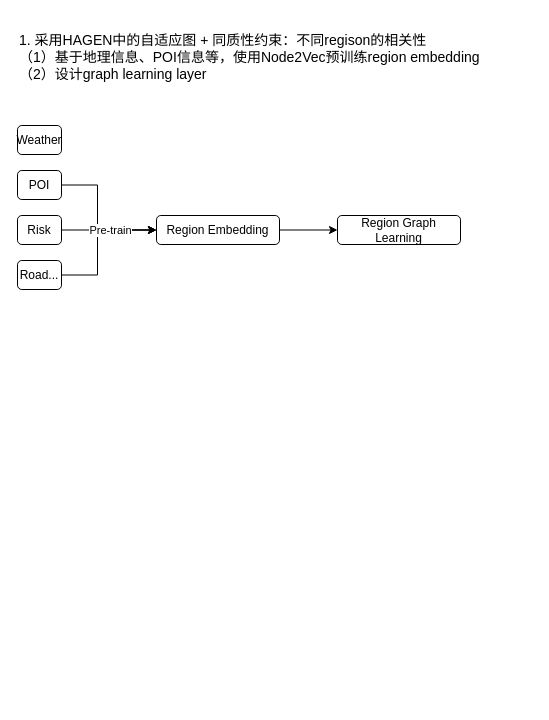
The draw.io diagram traffic_weather.drawio in GPlaying/brain_map, before the edit. Source tidied: cells renumbered, new cells numbered last; positions are measured from the earlier drawing's top-left corner, leaving out a move shared by most shapes. Both pictures are drawn from the tidied source at 100%, with x=0, y=0 at pixel (17, 17).
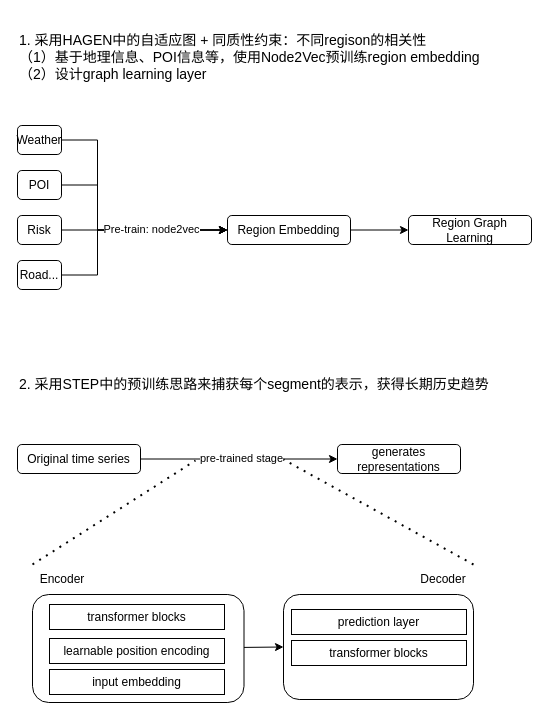
After the change.

The change refers to these unchanged cells:
```xml
<mxCell id="7" style="edgeStyle=orthogonalEdgeStyle;rounded=0;jettySize=auto;html=1;entryX=0;entryY=0.5;entryDx=0;entryDy=0;" parent="1" edge="1" source="9" target="11">
  <mxGeometry relative="1" as="geometry">
    <Array as="points">
      <mxPoint x="80" y="258" />
      <mxPoint x="80" y="213" />
    </Array>
  </mxGeometry>
</mxCell>
<mxCell id="13" value="Weather" style="rounded=1;whiteSpace=wrap;html=1;" parent="1" vertex="1">
  <mxGeometry y="108" width="44" height="29" as="geometry" />
</mxCell>
```

What changed in the source:
```diff
@@
+    <mxCell id="14" style="edgeStyle=orthogonalEdgeStyle;rounded=0;jettySize=auto;html=1;entryX=0;entryY=0.5;entryDx=0;entryDy=0;" parent="1" edge="1" source="13" target="11">
+      <mxGeometry relative="1" as="geometry">
+        <Array as="points">
+          <mxPoint x="80" y="123" />
+          <mxPoint x="80" y="213" />
+        </Array>
+      </mxGeometry>
+    </mxCell>
@@
-    <mxCell id="8" value="Pre-train" style="edgeLabel;html=1;align=center;verticalAlign=middle;" parent="7" vertex="1">
-      <mxGeometry x="0.33" relative="1" as="geometry" />
+    <mxCell id="8" value="Pre-train: node2vec" style="edgeLabel;html=1;align=center;verticalAlign=middle;" parent="7" vertex="1">
+      <mxGeometry x="0.33" relative="1" as="geometry">
+        <mxPoint x="-6" y="-1" as="offset" />
+      </mxGeometry>
     </mxCell>
@@
     <mxCell id="11" value="Region Embedding" style="rounded=1;whiteSpace=wrap;html=1;" parent="1" vertex="1">
-      <mxGeometry x="139" y="198" width="123" height="29" as="geometry" />
+      <mxGeometry x="210" y="198" width="123" height="29" as="geometry" />
     </mxCell>
     <mxCell id="12" value="Region Graph Learning" style="rounded=1;whiteSpace=wrap;html=1;" parent="1" vertex="1">
-      <mxGeometry x="320" y="198" width="123" height="29" as="geometry" />
+      <mxGeometry x="391" y="198" width="123" height="29" as="geometry" />
     </mxCell>
@@
+    <mxCell id="15" value="&lt;font style=&quot;font-size: 14px;&quot;&gt;2. 采用STEP中的预训练思路来捕获每个segment的表示，获得长期历史趋势&lt;br&gt;&lt;/font&gt;" style="text;html=1;strokeColor=none;fillColor=none;align=left;verticalAlign=middle;whiteSpace=wrap;rounded=0;" parent="1" vertex="1">
+      <mxGeometry y="327" width="511" height="80" as="geometry" />
+    </mxCell>
+    <mxCell id="16" style="edgeStyle=orthogonalEdgeStyle;rounded=0;jettySize=auto;html=1;entryX=0;entryY=0.5;entryDx=0;entryDy=0;" parent="1" edge="1" source="18" target="19">
+      <mxGeometry relative="1" as="geometry" />
+    </mxCell>
+    <mxCell id="17" value="pre-trained stage" style="edgeLabel;html=1;align=center;verticalAlign=middle;" parent="16" vertex="1">
+      <mxGeometry x="-0.13" y="4" relative="1" as="geometry">
+        <mxPoint x="14" y="3" as="offset" />
+      </mxGeometry>
+    </mxCell>
+    <mxCell id="18" value="Original time series" style="rounded=1;whiteSpace=wrap;html=1;" parent="1" vertex="1">
+      <mxGeometry y="427" width="123" height="29" as="geometry" />
+    </mxCell>
+    <mxCell id="19" value="generates representations" style="rounded=1;whiteSpace=wrap;html=1;" parent="1" vertex="1">
+      <mxGeometry x="320" y="427" width="123" height="29" as="geometry" />
+    </mxCell>
+    <mxCell id="20" style="rounded=0;jettySize=auto;html=1;entryX=0;entryY=0.5;entryDx=0;entryDy=0;" parent="1" edge="1" source="21" target="26">
+      <mxGeometry relative="1" as="geometry" />
+    </mxCell>
+    <mxCell id="21" style="rounded=1;whiteSpace=wrap;html=1;" parent="1" vertex="1">
+      <mxGeometry x="15" y="577" width="211.5" height="108" as="geometry" />
+    </mxCell>
+    <mxCell id="22" value="input embedding" style="rounded=0;whiteSpace=wrap;html=1;" parent="1" vertex="1">
+      <mxGeometry x="32" y="652" width="175" height="25" as="geometry" />
+    </mxCell>
+    <mxCell id="23" value="learnable position encoding" style="rounded=0;whiteSpace=wrap;html=1;" parent="1" vertex="1">
+      <mxGeometry x="32" y="621" width="175" height="25" as="geometry" />
+    </mxCell>
+    <mxCell id="24" value="transformer blocks" style="rounded=0;whiteSpace=wrap;html=1;" parent="1" vertex="1">
+      <mxGeometry x="32" y="587" width="175" height="25" as="geometry" />
+    </mxCell>
+    <mxCell id="25" value="Encoder" style="text;html=1;strokeColor=none;fillColor=none;align=center;verticalAlign=middle;whiteSpace=wrap;rounded=0;" parent="1" vertex="1">
+      <mxGeometry x="15" y="547" width="60" height="30" as="geometry" />
+    </mxCell>
+    <mxCell id="26" style="rounded=1;whiteSpace=wrap;html=1;" parent="1" vertex="1">
+      <mxGeometry x="266" y="577" width="190" height="105" as="geometry" />
+    </mxCell>
+    <mxCell id="27" value="transformer blocks" style="rounded=0;whiteSpace=wrap;html=1;" parent="1" vertex="1">
+      <mxGeometry x="274" y="623" width="175" height="25" as="geometry" />
+    </mxCell>
+    <mxCell id="28" value="prediction layer" style="rounded=0;whiteSpace=wrap;html=1;" parent="1" vertex="1">
+      <mxGeometry x="274" y="592" width="175" height="25" as="geometry" />
+    </mxCell>
+    <mxCell id="29" value="Decoder" style="text;html=1;strokeColor=none;fillColor=none;align=center;verticalAlign=middle;whiteSpace=wrap;rounded=0;" parent="1" vertex="1">
+      <mxGeometry x="396" y="547" width="60" height="30" as="geometry" />
+    </mxCell>
+    <mxCell id="30" style="endArrow=none;dashed=1;html=1;dashPattern=1 3;strokeWidth=2;rounded=0;exitX=0;exitY=0;exitDx=0;exitDy=0;" parent="1" edge="1" source="25">
+      <mxGeometry relative="1" as="geometry">
+        <mxPoint x="178" y="443" as="targetPoint" />
+      </mxGeometry>
+    </mxCell>
+    <mxCell id="31" style="endArrow=none;dashed=1;html=1;dashPattern=1 3;strokeWidth=2;rounded=0;exitX=1;exitY=0;exitDx=0;exitDy=0;" parent="1" edge="1" source="29">
+      <mxGeometry relative="1" as="geometry">
+        <mxPoint x="266" y="442" as="targetPoint" />
+      </mxGeometry>
+    </mxCell>
```
